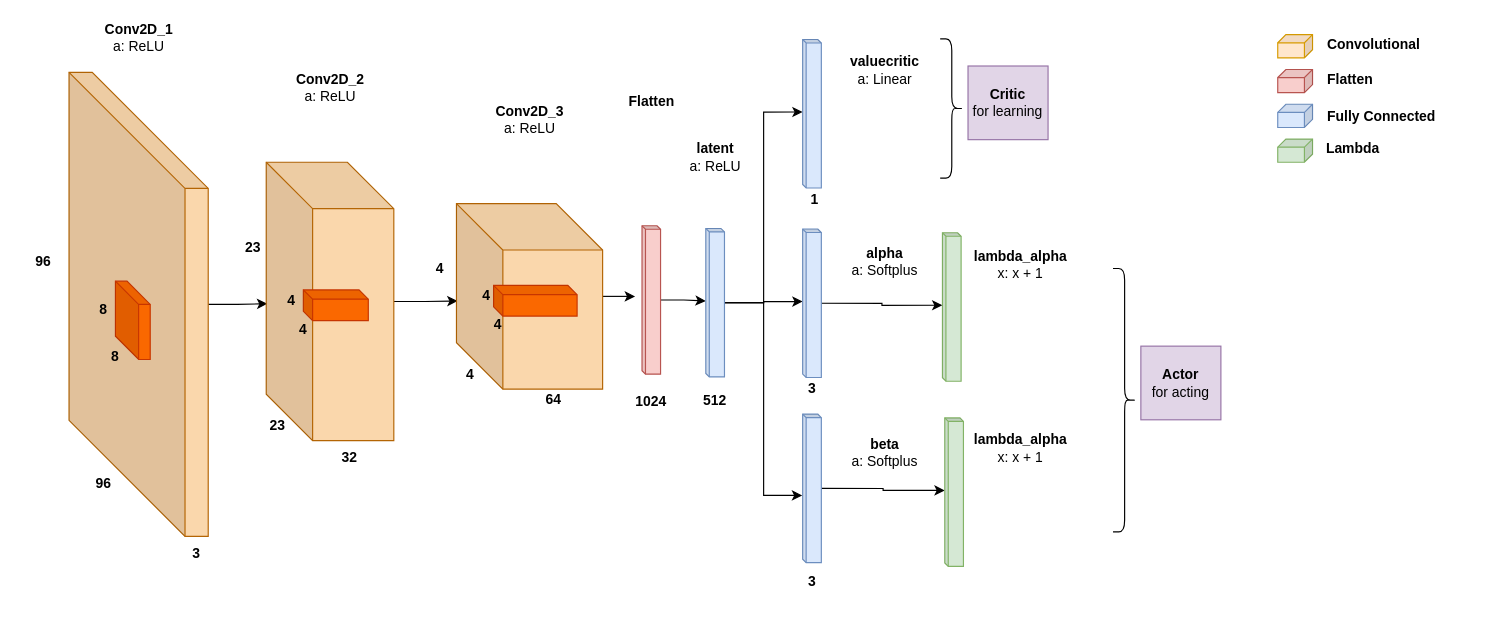
The draw.io diagram project/network-structure.drawio in sykoravojtech/PPOCarRacing, before the edit. Source tidied: cells renumbered, new cells numbered last; positions are measured from the earlier drawing's top-left corner, leaving out a move shared by most shapes. Both pictures are drawn from the tidied source at 116%, with x=0, y=0 at pixel (20, 20).
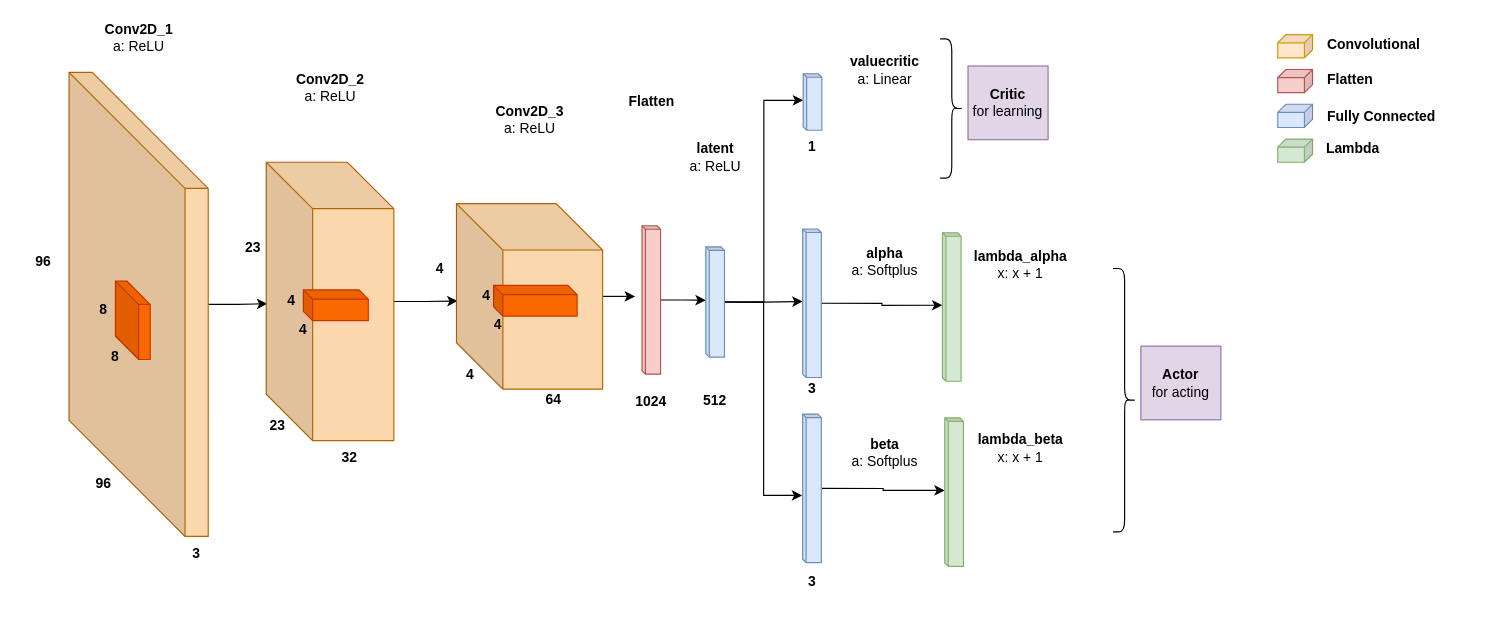
The same page after the edit.

Commit message (it also covers changes not shown here):
model structure minor changes

The change refers to these unchanged cells:
```xml
<mxCell id="38" style="shape=cube;whiteSpace=wrap;html=1;boundedLbl=1;backgroundOutline=1;darkOpacity=0.05;darkOpacity2=0.1;size=3;direction=east;flipH=1;fillColor=#f8cecc;strokeColor=#b85450;rotation=-90;" parent="1" vertex="1">
  <mxGeometry x="480" y="233.1" width="127.9" height="16" as="geometry" />
</mxCell>
```

What changed in the source:
```diff
@@
-    <mxCell id="37" style="edgeStyle=orthogonalEdgeStyle;rounded=0;jettySize=auto;html=1;entryX=0;entryY=0;entryDx=62.5;entryDy=0;entryPerimeter=0;" parent="1" edge="1" source="38" target="43">
+    <mxCell id="37" style="edgeStyle=orthogonalEdgeStyle;rounded=0;jettySize=auto;html=1;entryX=0;entryY=0;entryDx=45.985;entryDy=0;entryPerimeter=0;" parent="1" edge="1" source="38" target="43">
       <mxGeometry relative="1" as="geometry" />
     </mxCell>
@@
-    <mxCell id="40" style="edgeStyle=orthogonalEdgeStyle;rounded=0;jettySize=auto;html=1;entryX=0;entryY=0;entryDx=62.5;entryDy=0;entryPerimeter=0;" parent="1" edge="1" source="43" target="47">
+    <mxCell id="40" style="edgeStyle=orthogonalEdgeStyle;rounded=0;jettySize=auto;html=1;entryX=0;entryY=0;entryDx=22.865;entryDy=0;entryPerimeter=0;" parent="1" edge="1" source="43" target="47">
       <mxGeometry relative="1" as="geometry" />
     </mxCell>
@@
     <mxCell id="43" style="shape=cube;whiteSpace=wrap;html=1;boundedLbl=1;backgroundOutline=1;darkOpacity=0.05;darkOpacity2=0.1;size=3;direction=east;flipH=1;fillColor=#dae8fc;strokeColor=#6c8ebf;rotation=-90;" parent="1" vertex="1">
-      <mxGeometry x="535" y="235.4" width="128" height="16.1" as="geometry" />
+      <mxGeometry x="551.5" y="234.8" width="95" height="16.1" as="geometry" />
     </mxCell>
@@
     <mxCell id="47" style="shape=cube;whiteSpace=wrap;html=1;boundedLbl=1;backgroundOutline=1;darkOpacity=0.05;darkOpacity2=0.1;size=3;direction=east;flipH=1;fillColor=#dae8fc;strokeColor=#6c8ebf;rotation=-90;" parent="1" vertex="1">
-      <mxGeometry x="618.5" y="72.5" width="128" height="16.1" as="geometry" />
+      <mxGeometry x="658.6" y="62.4" width="48.7" height="16.1" as="geometry" />
     </mxCell>
@@
     <mxCell id="53" value="1" style="text;html=1;strokeColor=none;fillColor=none;align=center;verticalAlign=middle;whiteSpace=wrap;rounded=0;fontStyle=1;" parent="1" vertex="1">
-      <mxGeometry x="665" y="139.5" width="40" height="30" as="geometry" />
+      <mxGeometry x="663" y="94.4" width="40" height="30" as="geometry" />
     </mxCell>
@@
-    <mxCell id="61" value="&lt;b&gt;lambda_alpha&lt;br&gt;&lt;/b&gt;x: x + 1" style="text;html=1;strokeColor=none;fillColor=none;align=center;verticalAlign=middle;whiteSpace=wrap;rounded=0;" parent="1" vertex="1">
+    <mxCell id="61" value="&lt;b&gt;lambda_beta&lt;br&gt;&lt;/b&gt;x: x + 1" style="text;html=1;strokeColor=none;fillColor=none;align=center;verticalAlign=middle;whiteSpace=wrap;rounded=0;" parent="1" vertex="1">
       <mxGeometry x="828" y="354.2" width="69" height="30" as="geometry" />
     </mxCell>
```
